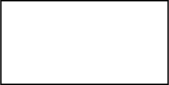
Earlier version of the draw.io export Untitled Diagram.svg (yongli-Hu11/draw.io). Source tidied: cells renumbered, new cells last; positions are measured from the earlier drawing's top-left corner, leaving out a move shared by most shapes. Source of this version:
```xml
<mxGraphModel>
  <root>
    <mxCell id="0" />
    <mxCell id="1" parent="0" />
    <mxCell id="2" style="rounded=0;whiteSpace=wrap;html=1;" parent="1" vertex="1">
      <mxGeometry width="120" height="60" as="geometry" />
    </mxCell>
  </root>
</mxGraphModel>
```
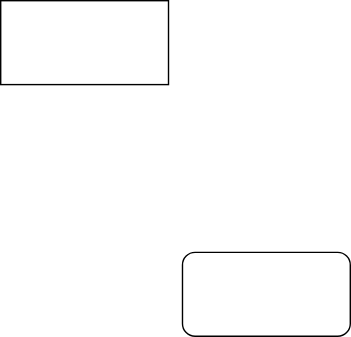
After the change.

What changed in the source:
```diff
@@ -5,5 +5,8 @@
     <mxCell id="2" style="rounded=0;whiteSpace=wrap;html=1;" parent="1" vertex="1">
       <mxGeometry width="120" height="60" as="geometry" />
     </mxCell>
+    <mxCell id="3" style="rounded=1;whiteSpace=wrap;html=1;" parent="1" vertex="1">
+      <mxGeometry x="130" y="180" width="120" height="60" as="geometry" />
+    </mxCell>
   </root>
 </mxGraphModel>
```
